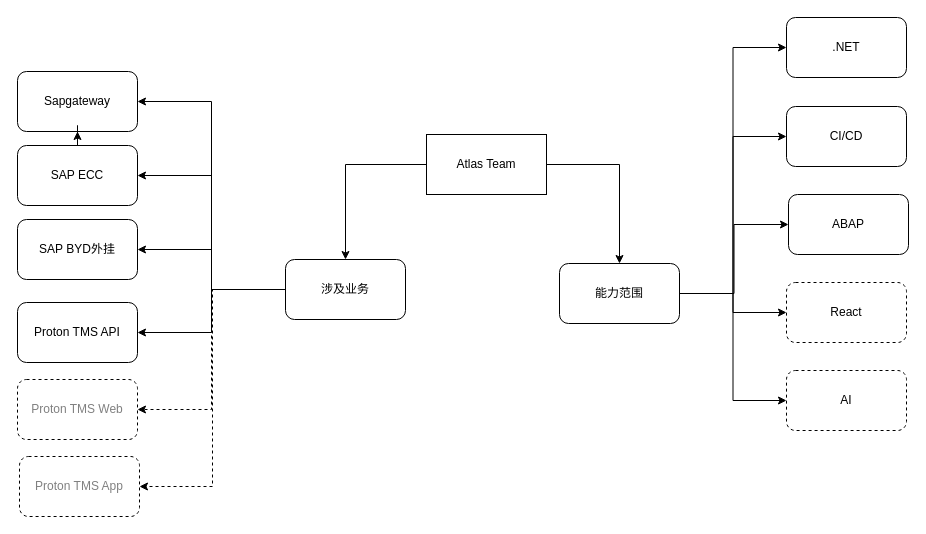
The draw.io diagram 小组能力框架图.drawio in wingtian/SAP_F, before the edit. Source tidied: cells renumbered, new cells numbered last; positions are measured from the earlier drawing's top-left corner, leaving out a move shared by most shapes. Both pictures are drawn from the tidied source at 100%, with x=0, y=0 at pixel (17, 17).
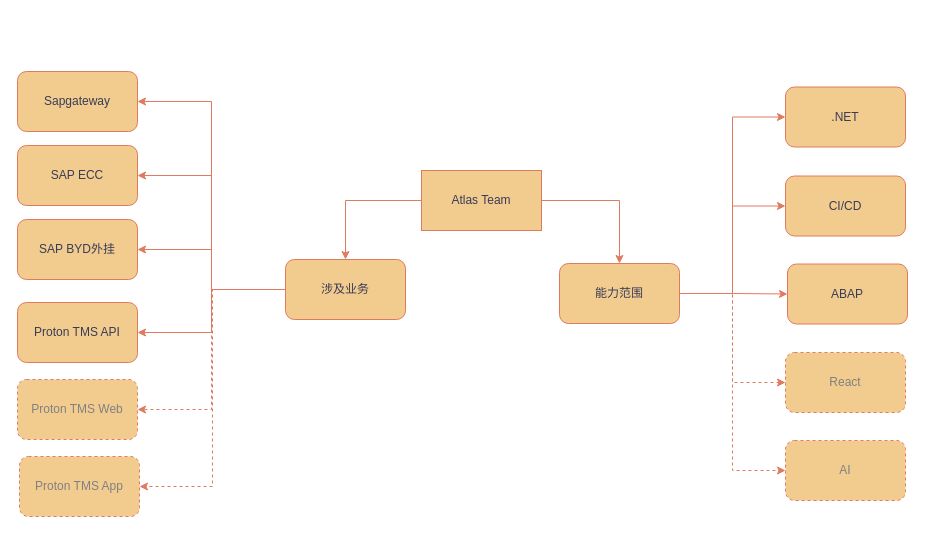
The same page after the edit.

Commit message (it also covers changes not shown here):
更新小组能力框架图.drawio

What changed in the source:
```diff
@@
-    <mxCell id="2" style="edgeStyle=orthogonalEdgeStyle;rounded=0;jettySize=auto;html=1;entryX=0.5;entryY=0;entryDx=0;entryDy=0;" parent="1" edge="1" source="4" target="10">
+    <mxCell id="2" style="edgeStyle=orthogonalEdgeStyle;rounded=0;jettySize=auto;html=1;entryX=0.5;entryY=0;entryDx=0;entryDy=0;labelBackgroundColor=none;strokeColor=#E07A5F;fontColor=default;" parent="1" edge="1" source="4" target="10">
       <mxGeometry relative="1" as="geometry" />
     </mxCell>
-    <mxCell id="3" style="edgeStyle=orthogonalEdgeStyle;rounded=0;jettySize=auto;html=1;entryX=0.5;entryY=0;entryDx=0;entryDy=0;" parent="1" edge="1" source="4" target="17">
+    <mxCell id="3" style="edgeStyle=orthogonalEdgeStyle;rounded=0;jettySize=auto;html=1;entryX=0.5;entryY=0;entryDx=0;entryDy=0;labelBackgroundColor=none;strokeColor=#E07A5F;fontColor=default;" parent="1" edge="1" source="4" target="17">
       <mxGeometry relative="1" as="geometry" />
     </mxCell>
-    <mxCell id="4" value="Atlas Team" style="rounded=0;whiteSpace=wrap;html=1;" parent="1" vertex="1">
-      <mxGeometry x="409" y="117" width="120" height="60" as="geometry" />
+    <mxCell id="4" value="Atlas Team" style="rounded=0;whiteSpace=wrap;html=1;labelBackgroundColor=none;fillColor=#F2CC8F;strokeColor=#E07A5F;fontColor=#393C56;" parent="1" vertex="1">
+      <mxGeometry x="404" y="153" width="120" height="60" as="geometry" />
     </mxCell>
-    <mxCell id="5" style="edgeStyle=orthogonalEdgeStyle;rounded=0;jettySize=auto;html=1;entryX=0;entryY=0.5;entryDx=0;entryDy=0;" parent="1" edge="1" source="10" target="23">
+    <mxCell id="5" style="edgeStyle=orthogonalEdgeStyle;rounded=0;jettySize=auto;html=1;entryX=0;entryY=0.5;entryDx=0;entryDy=0;labelBackgroundColor=none;strokeColor=#E07A5F;fontColor=default;" parent="1" edge="1" source="10" target="23">
       <mxGeometry relative="1" as="geometry" />
     </mxCell>
-    <mxCell id="6" style="edgeStyle=orthogonalEdgeStyle;rounded=0;jettySize=auto;html=1;entryX=0;entryY=0.5;entryDx=0;entryDy=0;" parent="1" edge="1" source="10" target="24">
+    <mxCell id="6" style="edgeStyle=orthogonalEdgeStyle;rounded=0;jettySize=auto;html=1;entryX=0;entryY=0.5;entryDx=0;entryDy=0;labelBackgroundColor=none;strokeColor=#E07A5F;fontColor=default;" parent="1" edge="1" source="10" target="24">
       <mxGeometry relative="1" as="geometry" />
     </mxCell>
-    <mxCell id="7" style="edgeStyle=orthogonalEdgeStyle;rounded=0;jettySize=auto;html=1;entryX=0;entryY=0.5;entryDx=0;entryDy=0;" parent="1" edge="1" source="10" target="25">
+    <mxCell id="7" style="edgeStyle=orthogonalEdgeStyle;rounded=0;jettySize=auto;html=1;entryX=0;entryY=0.5;entryDx=0;entryDy=0;labelBackgroundColor=none;strokeColor=#E07A5F;fontColor=default;" parent="1" edge="1" source="10" target="25">
       <mxGeometry relative="1" as="geometry" />
     </mxCell>
-    <mxCell id="8" style="edgeStyle=orthogonalEdgeStyle;rounded=0;jettySize=auto;html=1;" parent="1" edge="1" source="10" target="26">
+    <mxCell id="8" style="edgeStyle=orthogonalEdgeStyle;rounded=0;jettySize=auto;html=1;labelBackgroundColor=none;strokeColor=#E07A5F;fontColor=default;dashed=1;entryX=0;entryY=0.5;entryDx=0;entryDy=0;" parent="1" edge="1" source="10" target="26">
       <mxGeometry relative="1" as="geometry" />
     </mxCell>
-    <mxCell id="9" style="edgeStyle=orthogonalEdgeStyle;rounded=0;jettySize=auto;html=1;entryX=0;entryY=0.5;entryDx=0;entryDy=0;" parent="1" edge="1" source="10" target="27">
+    <mxCell id="9" style="edgeStyle=orthogonalEdgeStyle;rounded=0;jettySize=auto;html=1;entryX=0;entryY=0.5;entryDx=0;entryDy=0;labelBackgroundColor=none;strokeColor=#E07A5F;fontColor=default;dashed=1;" parent="1" edge="1" source="10" target="27">
       <mxGeometry relative="1" as="geometry" />
     </mxCell>
-    <mxCell id="10" value="能力范围" style="rounded=1;whiteSpace=wrap;html=1;" parent="1" vertex="1">
+    <mxCell id="10" value="能力范围" style="rounded=1;whiteSpace=wrap;html=1;labelBackgroundColor=none;fillColor=#F2CC8F;strokeColor=#E07A5F;fontColor=#393C56;" parent="1" vertex="1">
       <mxGeometry x="542" y="246" width="120" height="60" as="geometry" />
     </mxCell>
-    <mxCell id="11" style="edgeStyle=orthogonalEdgeStyle;rounded=0;jettySize=auto;html=1;entryX=1;entryY=0.5;entryDx=0;entryDy=0;" parent="1" edge="1" source="17" target="18">
+    <mxCell id="11" style="edgeStyle=orthogonalEdgeStyle;rounded=0;jettySize=auto;html=1;entryX=1;entryY=0.5;entryDx=0;entryDy=0;labelBackgroundColor=none;strokeColor=#E07A5F;fontColor=default;" parent="1" edge="1" source="17" target="18">
       <mxGeometry relative="1" as="geometry" />
     </mxCell>
-    <mxCell id="12" style="edgeStyle=orthogonalEdgeStyle;rounded=0;jettySize=auto;html=1;entryX=1;entryY=0.5;entryDx=0;entryDy=0;" parent="1" edge="1" source="17" target="19">
+    <mxCell id="12" style="edgeStyle=orthogonalEdgeStyle;rounded=0;jettySize=auto;html=1;entryX=1;entryY=0.5;entryDx=0;entryDy=0;labelBackgroundColor=none;strokeColor=#E07A5F;fontColor=default;" parent="1" edge="1" source="17" target="19">
       <mxGeometry relative="1" as="geometry" />
     </mxCell>
-    <mxCell id="13" style="edgeStyle=orthogonalEdgeStyle;rounded=0;jettySize=auto;html=1;entryX=1;entryY=0.5;entryDx=0;entryDy=0;" parent="1" edge="1" source="17" target="21">
+    <mxCell id="13" style="edgeStyle=orthogonalEdgeStyle;rounded=0;jettySize=auto;html=1;entryX=1;entryY=0.5;entryDx=0;entryDy=0;labelBackgroundColor=none;strokeColor=#E07A5F;fontColor=default;" parent="1" edge="1" source="17" target="21">
       <mxGeometry relative="1" as="geometry" />
     </mxCell>
-    <mxCell id="14" style="edgeStyle=orthogonalEdgeStyle;rounded=0;jettySize=auto;html=1;entryX=1;entryY=0.5;entryDx=0;entryDy=0;" parent="1" edge="1" source="17" target="22">
+    <mxCell id="14" style="edgeStyle=orthogonalEdgeStyle;rounded=0;jettySize=auto;html=1;entryX=1;entryY=0.5;entryDx=0;entryDy=0;labelBackgroundColor=none;strokeColor=#E07A5F;fontColor=default;" parent="1" edge="1" source="17" target="22">
       <mxGeometry relative="1" as="geometry" />
     </mxCell>
-    <mxCell id="15" style="edgeStyle=orthogonalEdgeStyle;rounded=0;jettySize=auto;html=1;entryX=1;entryY=0.5;entryDx=0;entryDy=0;dashed=1;" parent="1" edge="1" source="17" target="29">
+    <mxCell id="15" style="edgeStyle=orthogonalEdgeStyle;rounded=0;jettySize=auto;html=1;entryX=1;entryY=0.5;entryDx=0;entryDy=0;dashed=1;labelBackgroundColor=none;strokeColor=#E07A5F;fontColor=default;" parent="1" edge="1" source="17" target="29">
       <mxGeometry relative="1" as="geometry" />
     </mxCell>
-    <mxCell id="16" style="edgeStyle=orthogonalEdgeStyle;rounded=0;jettySize=auto;html=1;entryX=1;entryY=0.5;entryDx=0;entryDy=0;dashed=1;" parent="1" edge="1" source="17" target="28">
+    <mxCell id="16" style="edgeStyle=orthogonalEdgeStyle;rounded=0;jettySize=auto;html=1;entryX=1;entryY=0.5;entryDx=0;entryDy=0;dashed=1;labelBackgroundColor=none;strokeColor=#E07A5F;fontColor=default;" parent="1" edge="1" source="17" target="28">
       <mxGeometry relative="1" as="geometry" />
     </mxCell>
-    <mxCell id="17" value="涉及业务" style="rounded=1;whiteSpace=wrap;html=1;" parent="1" vertex="1">
+    <mxCell id="17" value="涉及业务" style="rounded=1;whiteSpace=wrap;html=1;labelBackgroundColor=none;fillColor=#F2CC8F;strokeColor=#E07A5F;fontColor=#393C56;" parent="1" vertex="1">
       <mxGeometry x="268" y="242" width="120" height="60" as="geometry" />
     </mxCell>
-    <mxCell id="18" value="Proton TMS API" style="rounded=1;whiteSpace=wrap;html=1;" parent="1" vertex="1">
+    <mxCell id="18" value="Proton TMS API" style="rounded=1;whiteSpace=wrap;html=1;labelBackgroundColor=none;fillColor=#F2CC8F;strokeColor=#E07A5F;fontColor=#393C56;" parent="1" vertex="1">
       <mxGeometry y="285" width="120" height="60" as="geometry" />
     </mxCell>
-    <mxCell id="19" value="Sapgateway" style="rounded=1;whiteSpace=wrap;html=1;" parent="1" vertex="1">
+    <mxCell id="19" value="Sapgateway" style="rounded=1;whiteSpace=wrap;html=1;labelBackgroundColor=none;fillColor=#F2CC8F;strokeColor=#E07A5F;fontColor=#393C56;" parent="1" vertex="1">
       <mxGeometry y="54" width="120" height="60" as="geometry" />
     </mxCell>
-    <mxCell id="20" style="edgeStyle=orthogonalEdgeStyle;rounded=0;jettySize=auto;html=1;" parent="1" edge="1" source="21" target="19">
-      <mxGeometry relative="1" as="geometry" />
-    </mxCell>
-    <mxCell id="21" value="SAP ECC" style="rounded=1;whiteSpace=wrap;html=1;" parent="1" vertex="1">
+    <mxCell id="21" value="SAP ECC" style="rounded=1;whiteSpace=wrap;html=1;labelBackgroundColor=none;fillColor=#F2CC8F;strokeColor=#E07A5F;fontColor=#393C56;" parent="1" vertex="1">
       <mxGeometry y="128" width="120" height="60" as="geometry" />
     </mxCell>
-    <mxCell id="22" value="SAP BYD外挂" style="rounded=1;whiteSpace=wrap;html=1;" parent="1" vertex="1">
+    <mxCell id="22" value="SAP BYD外挂" style="rounded=1;whiteSpace=wrap;html=1;labelBackgroundColor=none;fillColor=#F2CC8F;strokeColor=#E07A5F;fontColor=#393C56;" parent="1" vertex="1">
       <mxGeometry y="202" width="120" height="60" as="geometry" />
     </mxCell>
-    <mxCell id="23" value=".NET" style="rounded=1;whiteSpace=wrap;html=1;" parent="1" vertex="1">
-      <mxGeometry x="769" width="120" height="60" as="geometry" />
+    <mxCell id="23" value=".NET" style="rounded=1;whiteSpace=wrap;html=1;labelBackgroundColor=none;fillColor=#F2CC8F;strokeColor=#E07A5F;fontColor=#393C56;" parent="1" vertex="1">
+      <mxGeometry x="768" y="69.5" width="120" height="60" as="geometry" />
     </mxCell>
-    <mxCell id="24" value="CI/CD" style="rounded=1;whiteSpace=wrap;html=1;" parent="1" vertex="1">
-      <mxGeometry x="769" y="89" width="120" height="60" as="geometry" />
+    <mxCell id="24" value="CI/CD" style="rounded=1;whiteSpace=wrap;html=1;labelBackgroundColor=none;fillColor=#F2CC8F;strokeColor=#E07A5F;fontColor=#393C56;" parent="1" vertex="1">
+      <mxGeometry x="768" y="158.5" width="120" height="60" as="geometry" />
     </mxCell>
-    <mxCell id="25" value="ABAP" style="rounded=1;whiteSpace=wrap;html=1;" parent="1" vertex="1">
-      <mxGeometry x="771" y="177" width="120" height="60" as="geometry" />
+    <mxCell id="25" value="ABAP" style="rounded=1;whiteSpace=wrap;html=1;labelBackgroundColor=none;fillColor=#F2CC8F;strokeColor=#E07A5F;fontColor=#393C56;" parent="1" vertex="1">
+      <mxGeometry x="770" y="246.5" width="120" height="60" as="geometry" />
     </mxCell>
-    <mxCell id="26" value="React" style="rounded=1;whiteSpace=wrap;html=1;dashed=1;" parent="1" vertex="1">
-      <mxGeometry x="769" y="265" width="120" height="60" as="geometry" />
+    <mxCell id="26" value="&lt;font color=&quot;#808080&quot;&gt;React&lt;/font&gt;" style="rounded=1;whiteSpace=wrap;html=1;dashed=1;labelBackgroundColor=none;fillColor=#F2CC8F;strokeColor=#E07A5F;fontColor=#393C56;" parent="1" vertex="1">
+      <mxGeometry x="768" y="335" width="120" height="60" as="geometry" />
     </mxCell>
-    <mxCell id="27" value="AI" style="rounded=1;whiteSpace=wrap;html=1;dashed=1;" parent="1" vertex="1">
-      <mxGeometry x="769" y="353" width="120" height="60" as="geometry" />
+    <mxCell id="27" value="&lt;font color=&quot;#808080&quot;&gt;AI&lt;/font&gt;" style="rounded=1;whiteSpace=wrap;html=1;dashed=1;labelBackgroundColor=none;fillColor=#F2CC8F;strokeColor=#E07A5F;fontColor=#393C56;" parent="1" vertex="1">
+      <mxGeometry x="768" y="423" width="120" height="60" as="geometry" />
     </mxCell>
-    <mxCell id="28" value="&lt;font color=&quot;#808080&quot;&gt;Proton TMS App&lt;/font&gt;" style="rounded=1;whiteSpace=wrap;html=1;dashed=1;" parent="1" vertex="1">
+    <mxCell id="28" value="&lt;font color=&quot;#808080&quot;&gt;Proton TMS App&lt;/font&gt;" style="rounded=1;whiteSpace=wrap;html=1;dashed=1;labelBackgroundColor=none;fillColor=#F2CC8F;strokeColor=#E07A5F;fontColor=#393C56;" parent="1" vertex="1">
       <mxGeometry x="2" y="439" width="120" height="60" as="geometry" />
     </mxCell>
-    <mxCell id="29" value="&lt;font style=&quot;&quot; color=&quot;#808080&quot;&gt;Proton TMS Web&lt;/font&gt;" style="rounded=1;whiteSpace=wrap;html=1;dashed=1;" parent="1" vertex="1">
+    <mxCell id="29" value="&lt;font style=&quot;&quot; color=&quot;#808080&quot;&gt;Proton TMS Web&lt;/font&gt;" style="rounded=1;whiteSpace=wrap;html=1;dashed=1;labelBackgroundColor=none;fillColor=#F2CC8F;strokeColor=#E07A5F;fontColor=#393C56;" parent="1" vertex="1">
       <mxGeometry y="362" width="120" height="60" as="geometry" />
     </mxCell>
```
